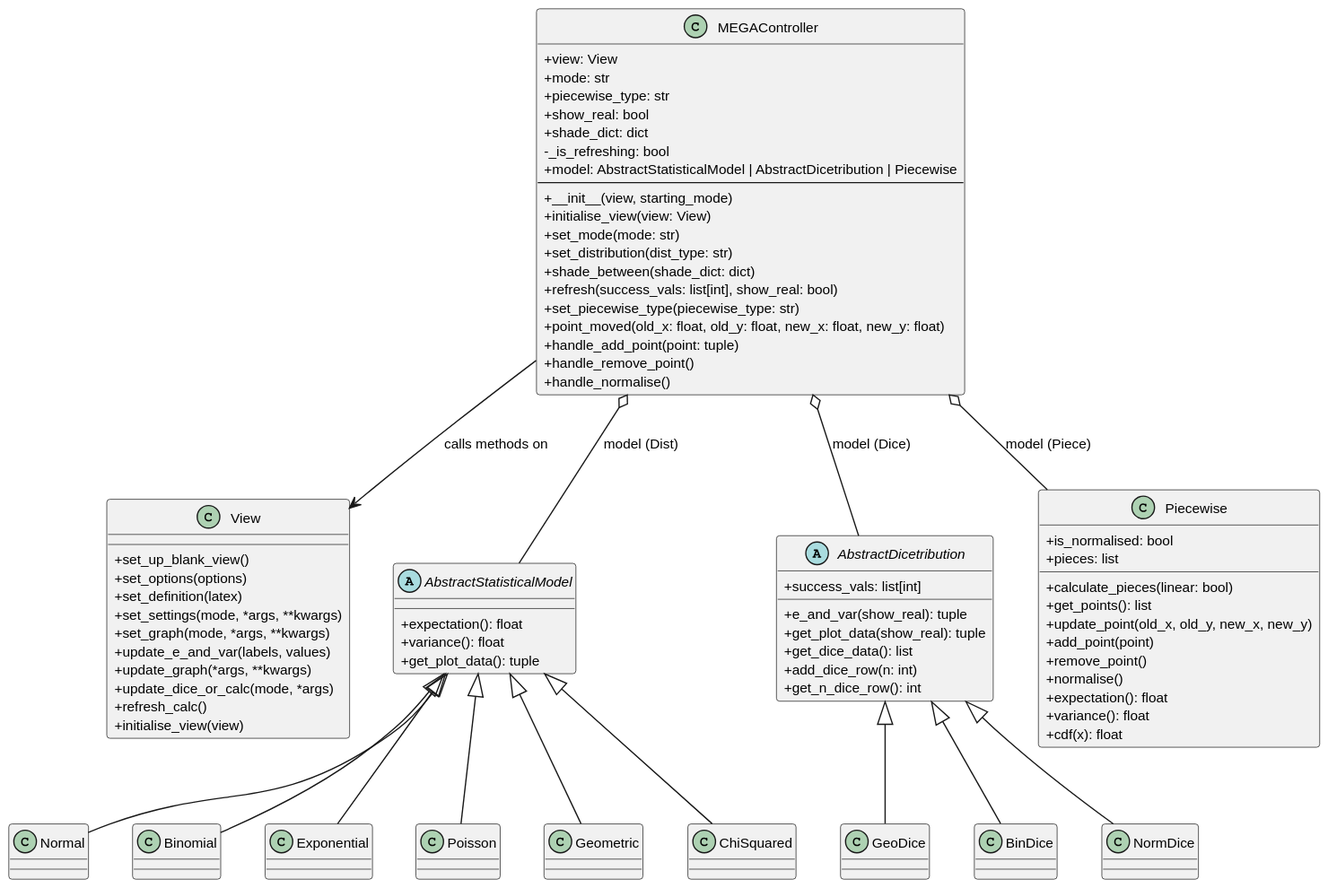
The PlantUML diagram Diagrams/Controller.svg in adaree1112/project, before a commit.
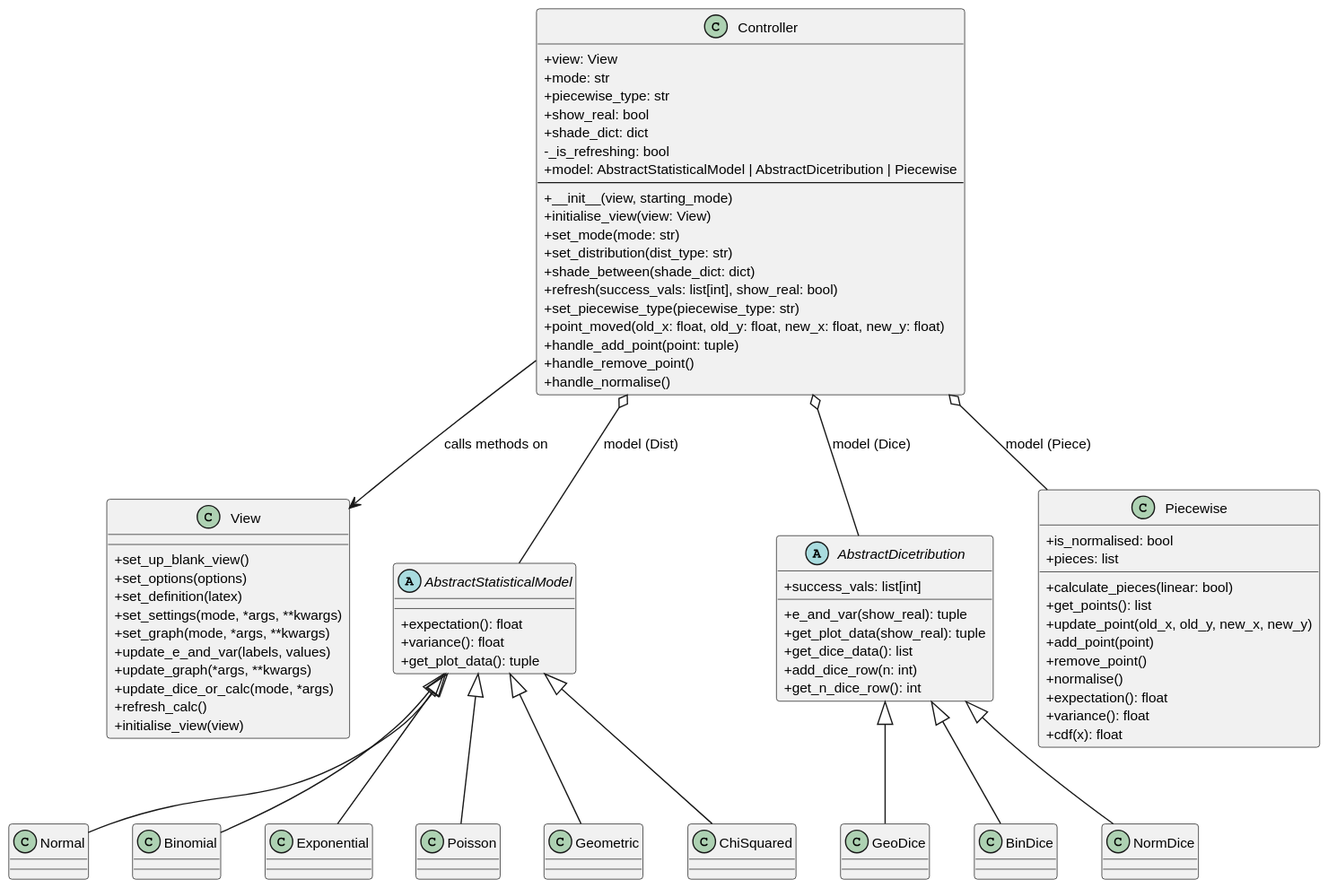
Later version of the same file.

What changed in the source:
```diff
@@ -2,7 +2,7 @@
 skinparam classAttributeIconSize 0
 skinparam defaultFontSize 11
 
-class MEGAController {
+class Controller {
   + view: View
   + mode: str
   + piecewise_type: str
@@ -66,10 +66,10 @@
   + cdf(x): float
 }
 
-MEGAController --> View : calls methods on
-MEGAController o-- AbstractStatisticalModel : model (Dist)
-MEGAController o-- AbstractDicetribution : model (Dice)
-MEGAController o-- Piecewise : model (Piece)
+Controller --> View : calls methods on
+Controller o-- AbstractStatisticalModel : model (Dist)
+Controller o-- AbstractDicetribution : model (Dice)
+Controller o-- Piecewise : model (Piece)
 
 AbstractStatisticalModel <|-- Normal
 AbstractStatisticalModel <|-- Binomial
```
